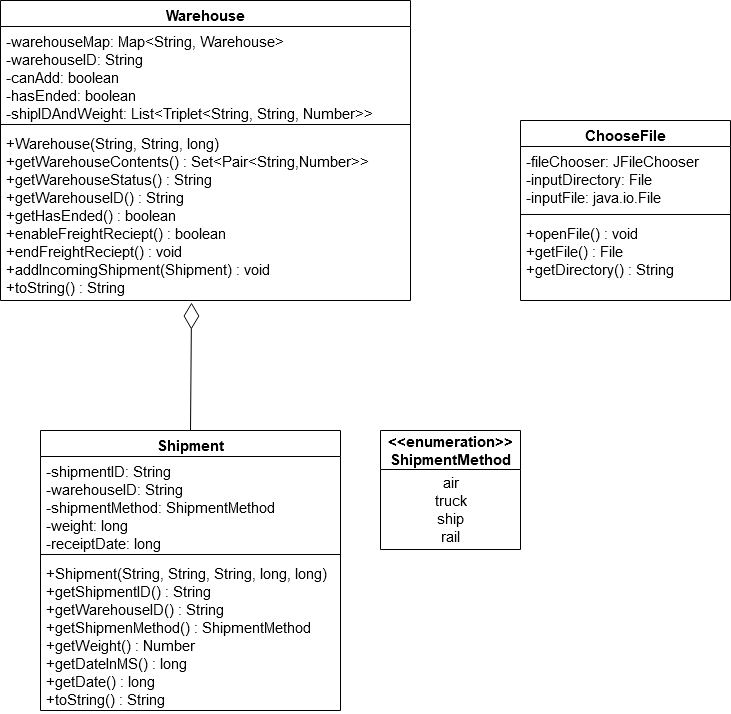
Before: ClassDiagram.png, a diagram exported from draw.io (f3z087/RANDOMNAME). Source tidied: cells renumbered, new cells last; positions are measured from the earlier drawing's top-left corner, leaving out a move shared by most shapes.
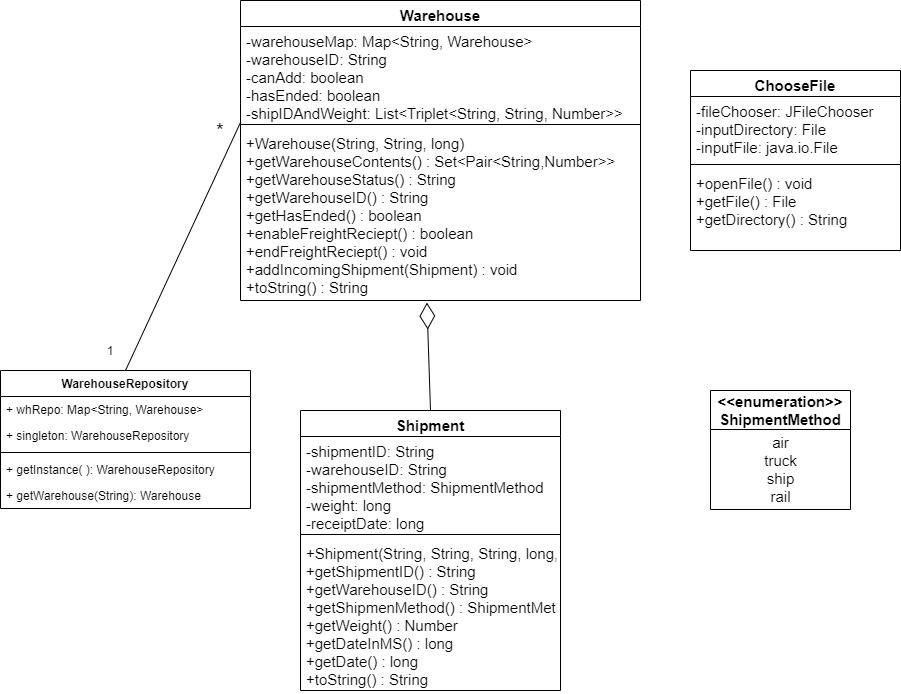
The same diagram one commit later.

What changed in the source:
```diff
@@ -3,31 +3,31 @@
     <mxCell id="0" />
     <mxCell id="1" parent="0" />
     <mxCell id="2" value="Warehouse" style="swimlane;fontStyle=1;align=center;verticalAlign=top;horizontal=1;startSize=26;fontSize=15;" parent="1" vertex="1">
-      <mxGeometry width="410" height="300" as="geometry" />
+      <mxGeometry x="70" y="50" width="400" height="300" as="geometry" />
     </mxCell>
     <mxCell id="3" value="-warehouseMap: Map&lt;String, Warehouse&gt;&#10;-warehouseID: String&#10;-canAdd: boolean&#10;-hasEnded: boolean&#10;-shipIDAndWeight: List&lt;Triplet&lt;String, String, Number&gt;&gt;&#10;" style="text;strokeColor=none;fillColor=none;align=left;verticalAlign=top;spacingLeft=4;spacingRight=4;overflow=hidden;fontSize=15;" parent="2" vertex="1">
-      <mxGeometry y="26" width="410" height="94" as="geometry" />
+      <mxGeometry y="26" width="400" height="94" as="geometry" />
     </mxCell>
     <mxCell id="4" style="line;strokeWidth=1;fillColor=none;align=left;verticalAlign=middle;spacingTop=-1;spacingLeft=3;spacingRight=3;labelPosition=right;" parent="2" vertex="1">
-      <mxGeometry y="120" width="410" height="8" as="geometry" />
+      <mxGeometry y="120" width="400" height="8" as="geometry" />
     </mxCell>
     <mxCell id="5" value="+Warehouse(String, String, long)&#10;+getWarehouseContents() : Set&lt;Pair&lt;String,Number&gt;&gt;&#10;+getWarehouseStatus() : String&#10;+getWarehouseID() : String&#10;+getHasEnded() : boolean&#10;+enableFreightReciept() : boolean&#10;+endFreightReciept() : void&#10;+addIncomingShipment(Shipment) : void&#10;+toString() : String&#10;&#10;&#10;" style="text;strokeColor=none;fillColor=none;align=left;verticalAlign=top;spacingLeft=4;spacingRight=4;overflow=hidden;points=[[0,0.5],[1,0.5]];portConstraint=eastwest;spacingBottom=-20;fontSize=15;" parent="2" vertex="1">
-      <mxGeometry y="128" width="410" height="172" as="geometry" />
+      <mxGeometry y="128" width="400" height="172" as="geometry" />
     </mxCell>
     <mxCell id="6" value="Shipment" style="swimlane;fontStyle=1;align=center;verticalAlign=top;horizontal=1;startSize=26;fontSize=15;" parent="1" vertex="1">
-      <mxGeometry x="40" y="430" width="300" height="280" as="geometry" />
+      <mxGeometry x="130" y="460" width="260" height="280" as="geometry" />
     </mxCell>
     <mxCell id="7" value="-shipmentID: String&#10;-warehouseID: String&#10;-shipmentMethod: ShipmentMethod&#10;-weight: long&#10;-receiptDate: long&#10;" style="text;strokeColor=none;fillColor=none;align=left;verticalAlign=top;spacingLeft=4;spacingRight=4;overflow=hidden;fontSize=15;" parent="6" vertex="1">
-      <mxGeometry y="26" width="300" height="94" as="geometry" />
+      <mxGeometry y="26" width="260" height="94" as="geometry" />
     </mxCell>
     <mxCell id="8" style="line;strokeWidth=1;fillColor=none;align=left;verticalAlign=middle;spacingTop=-1;spacingLeft=3;spacingRight=3;labelPosition=right;" parent="6" vertex="1">
-      <mxGeometry y="120" width="300" height="8" as="geometry" />
+      <mxGeometry y="120" width="260" height="8" as="geometry" />
     </mxCell>
     <mxCell id="9" value="+Shipment(String, String, String, long, long)&#10;+getShipmentID() : String&#10;+getWarehouseID() : String&#10;+getShipmenMethod() : ShipmentMethod&#10;+getWeight() : Number&#10;+getDateInMS() : long&#10;+getDate() : long&#10;+toString() : String&#10;" style="text;strokeColor=none;fillColor=none;align=left;verticalAlign=top;spacingLeft=4;spacingRight=4;overflow=hidden;fontSize=15;" parent="6" vertex="1">
-      <mxGeometry y="128" width="300" height="152" as="geometry" />
+      <mxGeometry y="128" width="260" height="152" as="geometry" />
     </mxCell>
     <mxCell id="10" value="&lt;&lt;enumeration&gt;&gt;&#10;ShipmentMethod" style="swimlane;fontStyle=1;horizontal=1;startSize=39;fillColor=none;fontSize=15;labelBorderColor=none;" parent="1" vertex="1">
-      <mxGeometry x="380" y="430" width="140" height="119" as="geometry" />
+      <mxGeometry x="540" y="440" width="140" height="119" as="geometry" />
     </mxCell>
     <mxCell id="11" value="&lt;div&gt;air&lt;/div&gt;&lt;div&gt;truck&lt;/div&gt;&lt;div&gt;ship&lt;/div&gt;&lt;div&gt;rail&lt;br&gt;&lt;/div&gt;" style="text;html=1;align=center;verticalAlign=middle;fontSize=15;" parent="10" vertex="1">
       <mxGeometry y="39" width="140" height="80" as="geometry" />
@@ -47,5 +47,32 @@
     <mxCell id="16" style="endArrow=diamondThin;endFill=0;endSize=24;html=1;fontSize=15;exitX=0.5;exitY=0;exitDx=0;exitDy=0;entryX=0.466;entryY=1.012;entryDx=0;entryDy=0;entryPerimeter=0;" parent="1" edge="1" source="6" target="5">
       <mxGeometry relative="1" as="geometry" />
     </mxCell>
+    <mxCell id="17" value="WarehouseRepository" style="swimlane;fontStyle=1;align=center;verticalAlign=top;horizontal=1;startSize=26;" parent="1" vertex="1">
+      <mxGeometry x="-170" y="420" width="250" height="138" as="geometry" />
+    </mxCell>
+    <mxCell id="18" value="+ whRepo: Map&lt;String, Warehouse&gt;" style="text;strokeColor=none;fillColor=none;align=left;verticalAlign=top;spacingLeft=4;spacingRight=4;overflow=hidden;" parent="17" vertex="1">
+      <mxGeometry y="26" width="250" height="26" as="geometry" />
+    </mxCell>
+    <mxCell id="19" value="+ singleton: WarehouseRepository" style="text;strokeColor=none;fillColor=none;align=left;verticalAlign=top;spacingLeft=4;spacingRight=4;overflow=hidden;" parent="17" vertex="1">
+      <mxGeometry y="52" width="250" height="26" as="geometry" />
+    </mxCell>
+    <mxCell id="20" style="line;strokeWidth=1;fillColor=none;align=left;verticalAlign=middle;spacingTop=-1;spacingLeft=3;spacingRight=3;labelPosition=right;" parent="17" vertex="1">
+      <mxGeometry y="78" width="250" height="8" as="geometry" />
+    </mxCell>
+    <mxCell id="21" value="+ getInstance( ): WarehouseRepository" style="text;strokeColor=none;fillColor=none;align=left;verticalAlign=top;spacingLeft=4;spacingRight=4;overflow=hidden;" parent="17" vertex="1">
+      <mxGeometry y="86" width="250" height="26" as="geometry" />
+    </mxCell>
+    <mxCell id="22" value="+ getWarehouse(String): Warehouse" style="text;strokeColor=none;fillColor=none;align=left;verticalAlign=top;spacingLeft=4;spacingRight=4;overflow=hidden;" parent="17" vertex="1">
+      <mxGeometry y="112" width="250" height="26" as="geometry" />
+    </mxCell>
+    <mxCell id="23" style="endArrow=none;html=1;exitX=0.5;exitY=0;exitDx=0;exitDy=0;entryX=0;entryY=-0.035;entryDx=0;entryDy=0;entryPerimeter=0;" parent="1" edge="1" source="17" target="5">
+      <mxGeometry relative="1" as="geometry" />
+    </mxCell>
+    <mxCell id="24" value="1" style="text;html=1;strokeColor=none;fillColor=none;align=center;verticalAlign=middle;whiteSpace=wrap;rounded=0;" parent="1" vertex="1">
+      <mxGeometry x="-80" y="390" width="40" height="20" as="geometry" />
+    </mxCell>
+    <mxCell id="25" value="&lt;font style=&quot;font-size: 20px&quot;&gt;*&lt;/font&gt;" style="text;html=1;strokeColor=none;fillColor=none;align=center;verticalAlign=middle;whiteSpace=wrap;rounded=0;" parent="1" vertex="1">
+      <mxGeometry x="40" y="170" width="20" height="20" as="geometry" />
+    </mxCell>
   </root>
 </mxGraphModel>
```
